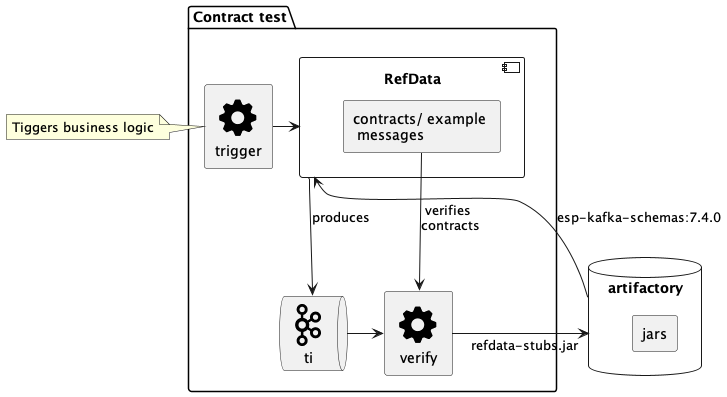
Earlier version of the PlantUML export images/src/main/plantuml/producer-contract-test.png (vspiliop/kafka-contract-test-producer).
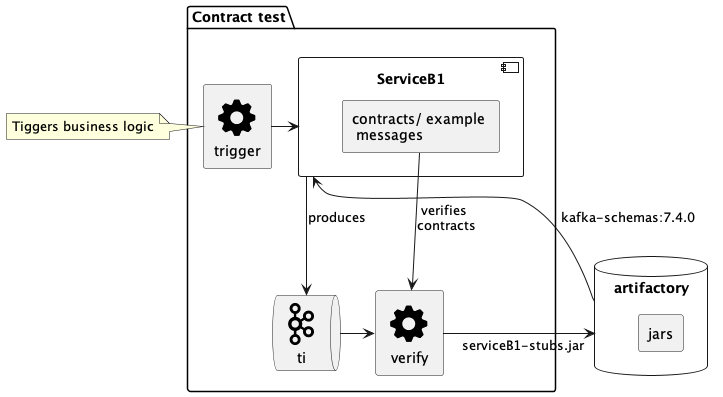
The same diagram one commit later.

The edit, as a diff of the source:
```diff
@@ -3,7 +3,7 @@
 
 package "Contract test" {
   rectangle "trigger" <<$cog>> as tbl
-  component RefData as refd {
+  component ServiceB1 as refd {
     rectangle "contracts/ example \n messages" as con
   }
   queue ti <<$kafka >>
@@ -20,9 +20,9 @@
 
 tbl -> refd
 refd --> ti: produces
-ver -> ar: refdata-stubs.jar
+ver -> ar: serviceB1-stubs.jar
 ti -> ver
-ar --> refd: esp-kafka-schemas:7.4.0
+ar --> refd: kafka-schemas:7.4.0
 con -> ver: "verifies \ncontracts"
 
 @enduml
```
